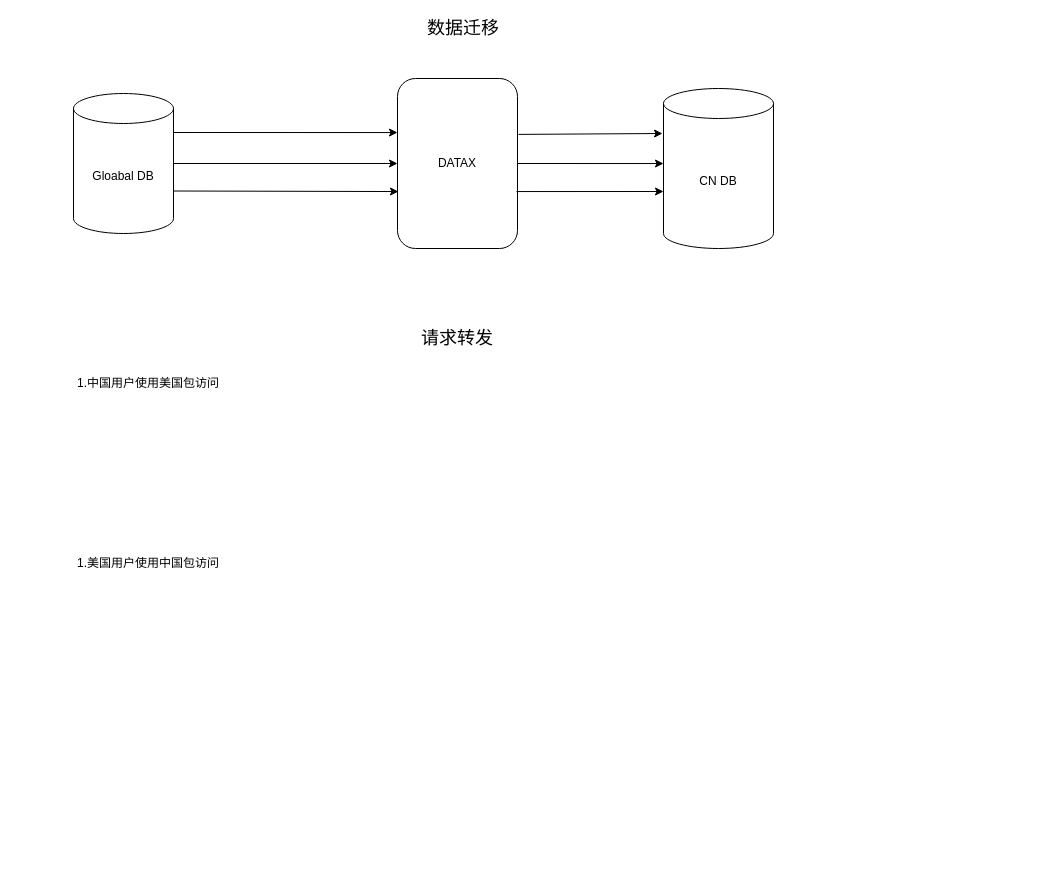
This is 自选个人信息合规架构.drawio from Hia-Hia/A-note, a draw.io file, before an edit. Source tidied: cells renumbered, new cells numbered last; positions are measured from the earlier drawing's top-left corner, leaving out a move shared by most shapes. Both pictures are drawn from the tidied source at 100%, with x=0, y=0 at pixel (63, 18).
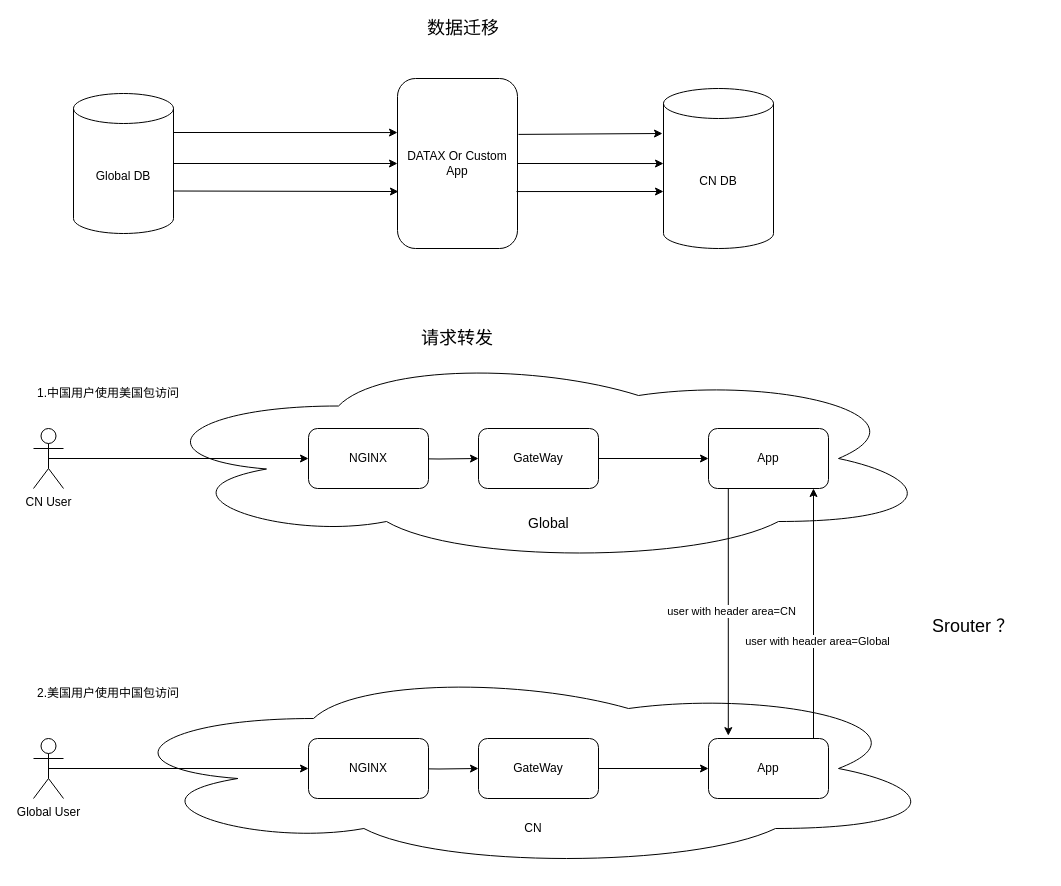
The same page after the edit.

Commit message (it also covers changes not shown here):
更新自选个人信息合规架构.drawio

What changed in the source:
```diff
@@
+    <mxCell id="15" style="ellipse;shape=cloud;whiteSpace=wrap;html=1;" parent="1" vertex="1">
+      <mxGeometry x="40" y="650" width="840" height="200" as="geometry" />
+    </mxCell>
+    <mxCell id="16" style="ellipse;shape=cloud;whiteSpace=wrap;html=1;" parent="1" vertex="1">
+      <mxGeometry x="75" y="335" width="800" height="210" as="geometry" />
+    </mxCell>
@@
-    <mxCell id="3" value="Gloabal DB" style="shape=cylinder3;whiteSpace=wrap;html=1;boundedLbl=1;backgroundOutline=1;size=15;" parent="1" vertex="1">
+    <mxCell id="3" value="Global DB" style="shape=cylinder3;whiteSpace=wrap;html=1;boundedLbl=1;backgroundOutline=1;size=15;" parent="1" vertex="1">
       <mxGeometry x="10" y="75" width="100" height="140" as="geometry" />
     </mxCell>
@@
-    <mxCell id="5" value="DATAX&lt;br&gt;" style="rounded=1;whiteSpace=wrap;html=1;" parent="1" vertex="1">
+    <mxCell id="5" value="DATAX Or Custom App" style="rounded=1;whiteSpace=wrap;html=1;" parent="1" vertex="1">
       <mxGeometry x="334" y="60" width="120" height="170" as="geometry" />
     </mxCell>
@@
     <mxCell id="13" value="1.中国用户使用美国包访问" style="text;html=1;strokeColor=none;fillColor=none;align=center;verticalAlign=middle;whiteSpace=wrap;rounded=0;" parent="1" vertex="1">
-      <mxGeometry y="350" width="170" height="30" as="geometry" />
+      <mxGeometry x="-40" y="360" width="170" height="30" as="geometry" />
     </mxCell>
-    <mxCell id="14" value="1.美国用户使用中国包访问" style="text;html=1;strokeColor=none;fillColor=none;align=center;verticalAlign=middle;whiteSpace=wrap;rounded=0;" parent="1" vertex="1">
-      <mxGeometry y="530" width="170" height="30" as="geometry" />
+    <mxCell id="14" value="2.美国用户使用中国包访问" style="text;html=1;strokeColor=none;fillColor=none;align=center;verticalAlign=middle;whiteSpace=wrap;rounded=0;" parent="1" vertex="1">
+      <mxGeometry x="-40" y="660" width="170" height="30" as="geometry" />
     </mxCell>
+    <mxCell id="17" style="edgeStyle=orthogonalEdgeStyle;rounded=0;jettySize=auto;html=1;exitX=0.5;exitY=0.5;exitDx=0;exitDy=0;exitPerimeter=0;entryX=0;entryY=0.5;entryDx=0;entryDy=0;" parent="1" edge="1" source="18" target="20">
+      <mxGeometry relative="1" as="geometry" />
+    </mxCell>
+    <mxCell id="18" value="CN User" style="shape=umlActor;verticalLabelPosition=bottom;verticalAlign=top;html=1;outlineConnect=0;" parent="1" vertex="1">
+      <mxGeometry x="-30" y="410" width="30" height="60" as="geometry" />
+    </mxCell>
+    <mxCell id="19" style="edgeStyle=orthogonalEdgeStyle;rounded=0;jettySize=auto;html=1;" parent="1" edge="1" target="22">
+      <mxGeometry relative="1" as="geometry">
+        <mxPoint x="335" y="440" as="sourcePoint" />
+      </mxGeometry>
+    </mxCell>
+    <mxCell id="20" value="NGINX" style="rounded=1;whiteSpace=wrap;html=1;" parent="1" vertex="1">
+      <mxGeometry x="245" y="410" width="120" height="60" as="geometry" />
+    </mxCell>
+    <mxCell id="21" style="edgeStyle=orthogonalEdgeStyle;rounded=0;jettySize=auto;html=1;" parent="1" edge="1" source="22" target="23">
+      <mxGeometry relative="1" as="geometry" />
+    </mxCell>
+    <mxCell id="22" value="GateWay" style="whiteSpace=wrap;html=1;rounded=1;" parent="1" vertex="1">
+      <mxGeometry x="415" y="410" width="120" height="60" as="geometry" />
+    </mxCell>
+    <mxCell id="23" value="App" style="whiteSpace=wrap;html=1;rounded=1;" parent="1" vertex="1">
+      <mxGeometry x="645" y="410" width="120" height="60" as="geometry" />
+    </mxCell>
+    <mxCell id="24" value="&lt;span&gt;App&lt;/span&gt;" style="rounded=1;whiteSpace=wrap;html=1;" parent="1" vertex="1">
+      <mxGeometry x="645" y="720" width="120" height="60" as="geometry" />
+    </mxCell>
+    <mxCell id="25" value="&lt;font style=&quot;font-size: 14px&quot;&gt;Global&lt;/font&gt;&amp;nbsp;" style="text;html=1;strokeColor=none;fillColor=none;align=center;verticalAlign=middle;whiteSpace=wrap;rounded=0;" parent="1" vertex="1">
+      <mxGeometry x="414" y="490" width="146" height="30" as="geometry" />
+    </mxCell>
+    <mxCell id="26" style="edgeStyle=orthogonalEdgeStyle;rounded=0;jettySize=auto;html=1;" parent="1" edge="1" source="27" target="24">
+      <mxGeometry relative="1" as="geometry" />
+    </mxCell>
+    <mxCell id="27" value="GateWay" style="whiteSpace=wrap;html=1;rounded=1;" parent="1" vertex="1">
+      <mxGeometry x="415" y="720" width="120" height="60" as="geometry" />
+    </mxCell>
+    <mxCell id="28" style="edgeStyle=orthogonalEdgeStyle;rounded=0;jettySize=auto;html=1;" parent="1" edge="1" target="27">
+      <mxGeometry relative="1" as="geometry">
+        <mxPoint x="335" y="750" as="sourcePoint" />
+      </mxGeometry>
+    </mxCell>
+    <mxCell id="29" style="edgeStyle=orthogonalEdgeStyle;rounded=0;jettySize=auto;html=1;exitX=0.5;exitY=0.5;exitDx=0;exitDy=0;exitPerimeter=0;entryX=0;entryY=0.5;entryDx=0;entryDy=0;" parent="1" edge="1" source="30" target="31">
+      <mxGeometry relative="1" as="geometry" />
+    </mxCell>
+    <mxCell id="30" value="Global User" style="shape=umlActor;verticalLabelPosition=bottom;verticalAlign=top;html=1;outlineConnect=0;" parent="1" vertex="1">
+      <mxGeometry x="-30" y="720" width="30" height="60" as="geometry" />
+    </mxCell>
+    <mxCell id="31" value="NGINX" style="rounded=1;whiteSpace=wrap;html=1;" parent="1" vertex="1">
+      <mxGeometry x="245" y="720" width="120" height="60" as="geometry" />
+    </mxCell>
+    <mxCell id="32" style="endArrow=classic;html=1;" parent="1" edge="1">
+      <mxGeometry relative="1" as="geometry">
+        <mxPoint x="750" y="720" as="sourcePoint" />
+        <mxPoint x="750" y="470" as="targetPoint" />
+      </mxGeometry>
+    </mxCell>
+    <mxCell id="33" value="user with header area=Global" style="edgeLabel;html=1;align=center;verticalAlign=middle;" parent="32" vertex="1">
+      <mxGeometry x="-0.22" y="-3" relative="1" as="geometry" />
+    </mxCell>
+    <mxCell id="34" style="endArrow=classic;html=1;exitX=0.165;exitY=1;exitDx=0;exitDy=0;exitPerimeter=0;entryX=0.165;entryY=-0.048;entryDx=0;entryDy=0;entryPerimeter=0;" parent="1" edge="1" source="23" target="24">
+      <mxGeometry relative="1" as="geometry" />
+    </mxCell>
+    <mxCell id="35" value="user with header area=CN" style="edgeLabel;html=1;align=center;verticalAlign=middle;" parent="34" vertex="1">
+      <mxGeometry x="-0.01" y="3" relative="1" as="geometry" />
+    </mxCell>
+    <mxCell id="36" value="&lt;font style=&quot;font-size: 18px&quot;&gt;Srouter ？&lt;/font&gt;" style="text;html=1;strokeColor=none;fillColor=none;align=center;verticalAlign=middle;whiteSpace=wrap;rounded=0;" parent="1" vertex="1">
+      <mxGeometry x="840" y="565" width="140" height="85" as="geometry" />
+    </mxCell>
+    <mxCell id="37" value="CN" style="text;html=1;strokeColor=none;fillColor=none;align=center;verticalAlign=middle;whiteSpace=wrap;rounded=0;" parent="1" vertex="1">
+      <mxGeometry x="450" y="800" width="40" height="20" as="geometry" />
+    </mxCell>
```
